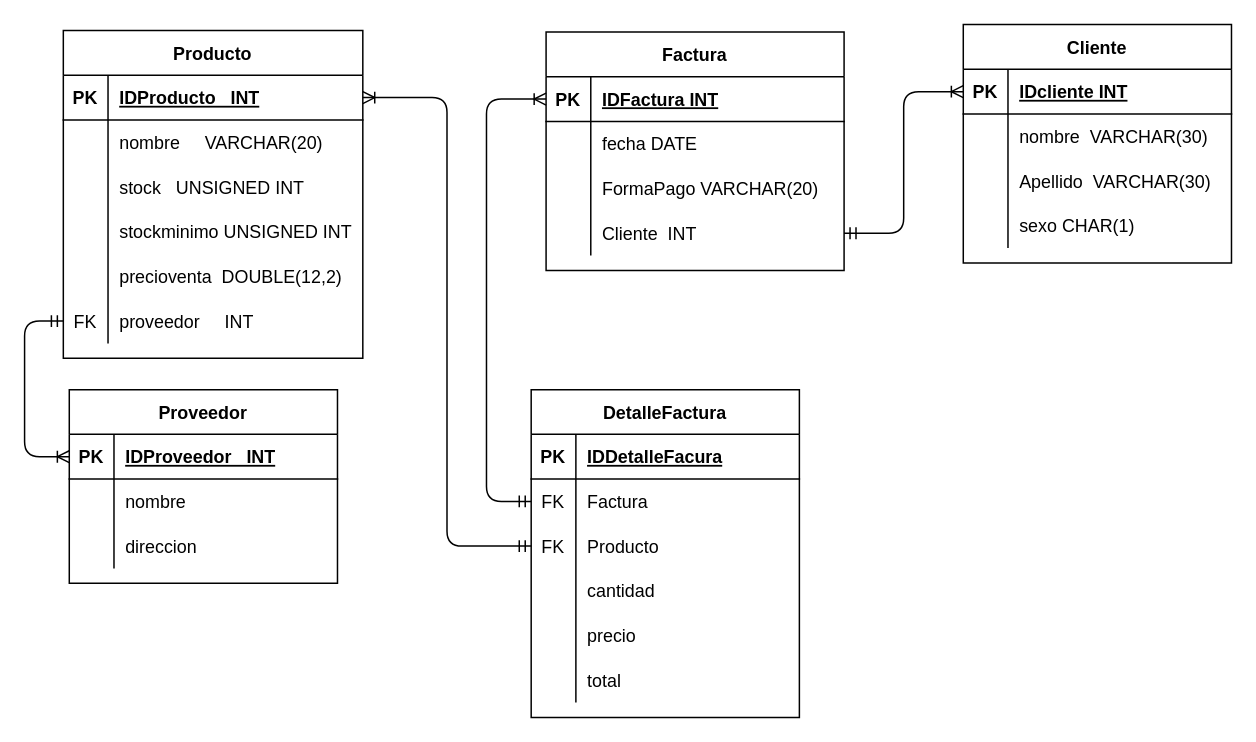
Above: DBVentas.drawio in Dicxie1/BDVentas (draw.io), before the change. Source tidied: cells renumbered, new cells numbered last; positions are measured from the earlier drawing's top-left corner, leaving out a move shared by most shapes. Both pictures are drawn from the tidied source at 149%, with x=0, y=0 at pixel (24, 24).
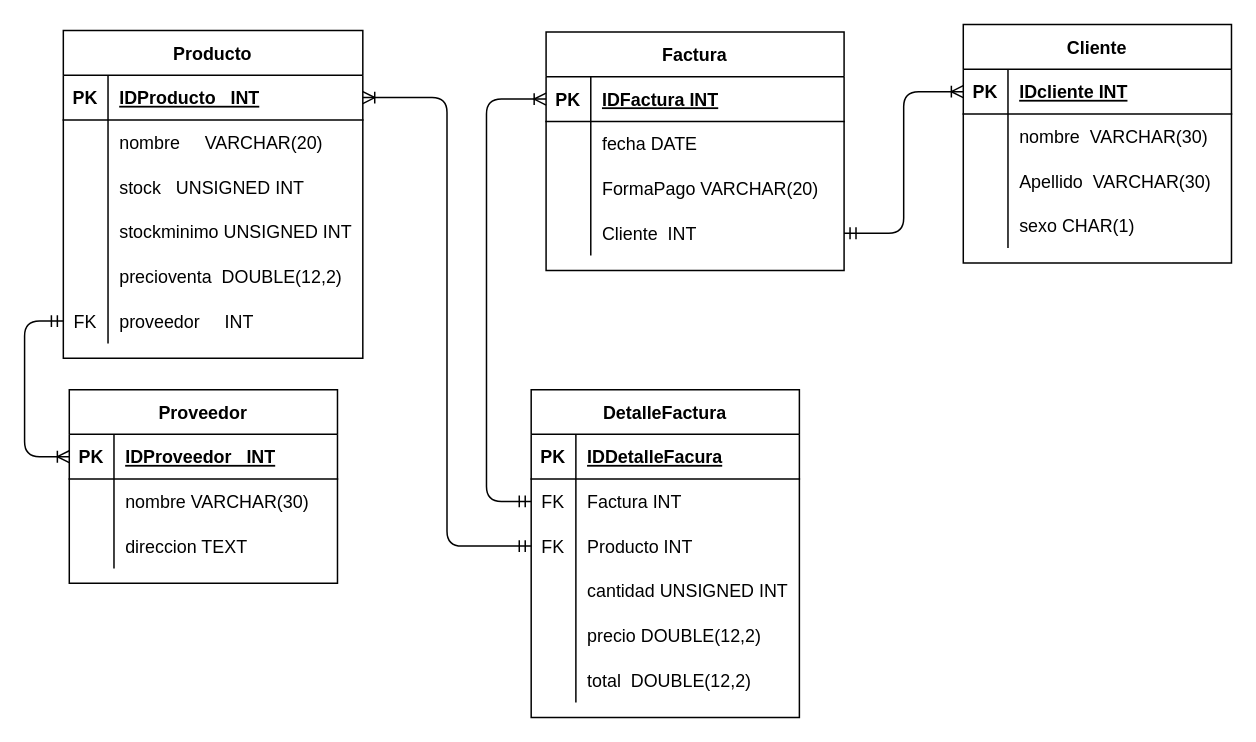
The same diagram, later.

Commit message (it also covers changes not shown here):
add the type on the SCHEMA

Unchanged cells that the change refers to:
```xml
<mxCell id="38" style="shape=partialRectangle;fillColor=none;top=0;left=0;bottom=0;right=0;" parent="34" vertex="1">
  <mxGeometry y="60" width="180" height="30" as="geometry" />
</mxCell>
<mxCell id="41" style="shape=partialRectangle;fillColor=none;top=0;left=0;bottom=0;right=0;" parent="34" vertex="1">
  <mxGeometry y="90" width="180" height="30" as="geometry" />
</mxCell>
<mxCell id="48" style="shape=partialRectangle;fillColor=none;top=0;left=0;bottom=0;right=0;points=[[0,0.5],[1,0.5]];portConstraint=eastwest;" parent="44" vertex="1">
  <mxGeometry y="60" width="180" height="30" as="geometry" />
</mxCell>
<mxCell id="51" style="shape=partialRectangle;fillColor=none;top=0;left=0;bottom=0;right=0;points=[[0,0.5],[1,0.5]];portConstraint=eastwest;" parent="44" vertex="1">
  <mxGeometry y="90" width="180" height="30" as="geometry" />
</mxCell>
<mxCell id="54" style="shape=partialRectangle;fillColor=none;top=0;left=0;bottom=0;right=0;" parent="44" vertex="1">
  <mxGeometry y="120" width="180" height="30" as="geometry" />
</mxCell>
<mxCell id="57" style="shape=partialRectangle;fillColor=none;top=0;left=0;bottom=0;right=0;" parent="44" vertex="1">
  <mxGeometry y="150" width="180" height="30" as="geometry" />
</mxCell>
<mxCell id="60" style="shape=partialRectangle;fillColor=none;top=0;left=0;bottom=0;right=0;" parent="44" vertex="1">
  <mxGeometry y="180" width="180" height="30" as="geometry" />
</mxCell>
```

The edit, as a diff of the source:
```diff
@@
-    <mxCell id="40" value="nombre" style="shape=partialRectangle;fillColor=none;top=0;left=0;bottom=0;right=0;align=left;spacingLeft=6;overflow=hidden;" parent="38" vertex="1">
+    <mxCell id="40" value="nombre VARCHAR(30)" style="shape=partialRectangle;fillColor=none;top=0;left=0;bottom=0;right=0;align=left;spacingLeft=6;overflow=hidden;" parent="38" vertex="1">
       <mxGeometry x="30" width="150" height="30" as="geometry" />
     </mxCell>
@@
-    <mxCell id="43" value="direccion" style="shape=partialRectangle;fillColor=none;top=0;left=0;bottom=0;right=0;align=left;spacingLeft=6;overflow=hidden;" parent="41" vertex="1">
+    <mxCell id="43" value="direccion TEXT" style="shape=partialRectangle;fillColor=none;top=0;left=0;bottom=0;right=0;align=left;spacingLeft=6;overflow=hidden;" parent="41" vertex="1">
       <mxGeometry x="30" width="150" height="30" as="geometry" />
     </mxCell>
@@
-    <mxCell id="50" value="Factura" style="shape=partialRectangle;fillColor=none;top=0;left=0;bottom=0;right=0;align=left;spacingLeft=6;overflow=hidden;" parent="48" vertex="1">
+    <mxCell id="50" value="Factura INT" style="shape=partialRectangle;fillColor=none;top=0;left=0;bottom=0;right=0;align=left;spacingLeft=6;overflow=hidden;" parent="48" vertex="1">
       <mxGeometry x="30" width="150" height="30" as="geometry" />
     </mxCell>
@@
-    <mxCell id="53" value="Producto" style="shape=partialRectangle;fillColor=none;top=0;left=0;bottom=0;right=0;align=left;spacingLeft=6;overflow=hidden;" parent="51" vertex="1">
+    <mxCell id="53" value="Producto INT" style="shape=partialRectangle;fillColor=none;top=0;left=0;bottom=0;right=0;align=left;spacingLeft=6;overflow=hidden;" parent="51" vertex="1">
       <mxGeometry x="30" width="150" height="30" as="geometry" />
     </mxCell>
@@
-    <mxCell id="56" value="cantidad" style="shape=partialRectangle;fillColor=none;top=0;left=0;bottom=0;right=0;align=left;spacingLeft=6;overflow=hidden;" parent="54" vertex="1">
+    <mxCell id="56" value="cantidad UNSIGNED INT" style="shape=partialRectangle;fillColor=none;top=0;left=0;bottom=0;right=0;align=left;spacingLeft=6;overflow=hidden;" parent="54" vertex="1">
       <mxGeometry x="30" width="150" height="30" as="geometry" />
     </mxCell>
@@
-    <mxCell id="59" value="precio" style="shape=partialRectangle;fillColor=none;top=0;left=0;bottom=0;right=0;align=left;spacingLeft=6;overflow=hidden;" parent="57" vertex="1">
+    <mxCell id="59" value="precio DOUBLE(12,2)" style="shape=partialRectangle;fillColor=none;top=0;left=0;bottom=0;right=0;align=left;spacingLeft=6;overflow=hidden;" parent="57" vertex="1">
       <mxGeometry x="30" width="150" height="30" as="geometry" />
     </mxCell>
@@
-    <mxCell id="62" value="total" style="shape=partialRectangle;fillColor=none;top=0;left=0;bottom=0;right=0;align=left;spacingLeft=6;overflow=hidden;" parent="60" vertex="1">
+    <mxCell id="62" value="total  DOUBLE(12,2)" style="shape=partialRectangle;fillColor=none;top=0;left=0;bottom=0;right=0;align=left;spacingLeft=6;overflow=hidden;" parent="60" vertex="1">
       <mxGeometry x="30" width="150" height="30" as="geometry" />
     </mxCell>
```
